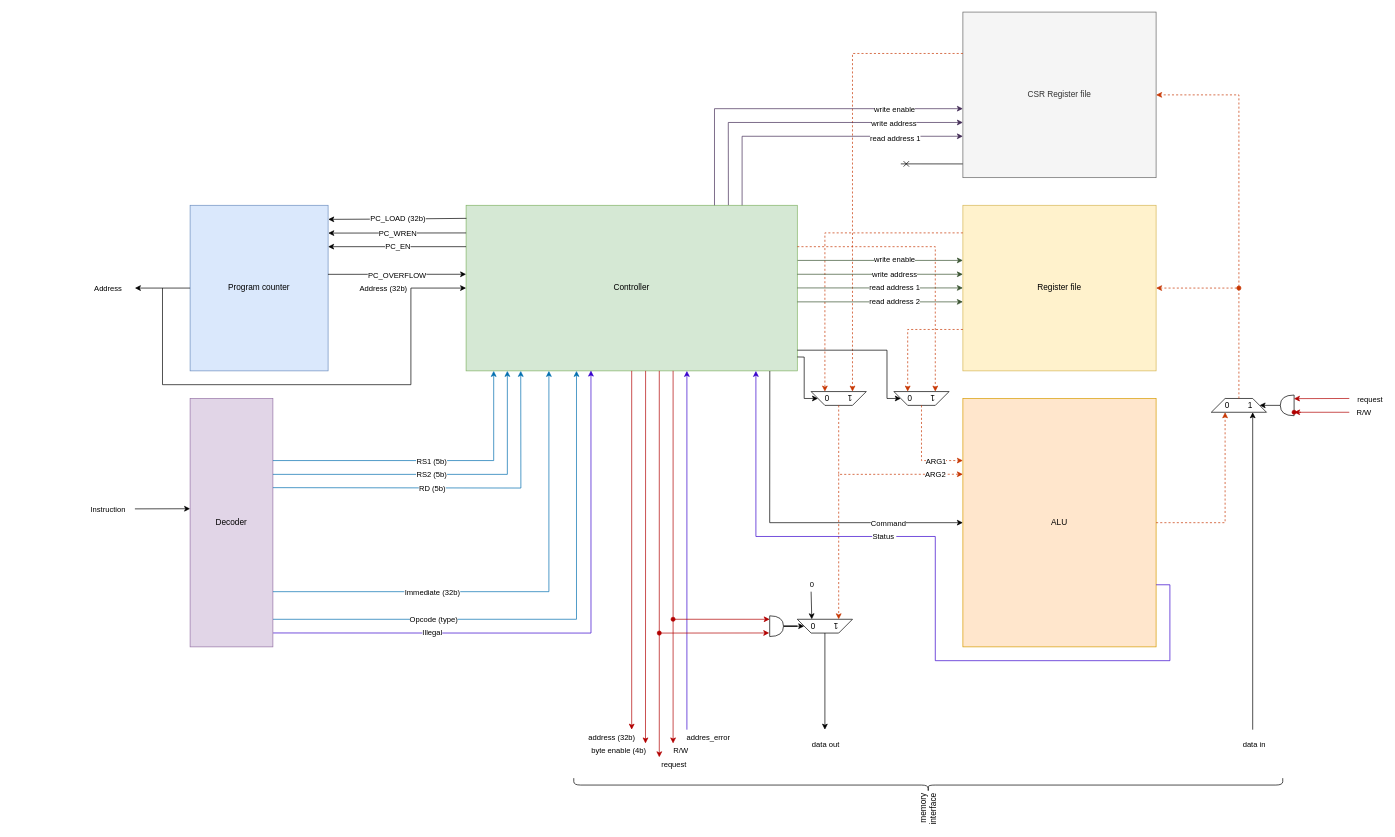
The draw.io diagram core.drawio in lheywang/RV32, before the edit. Source tidied: cells renumbered, new cells numbered last; positions are measured from the earlier drawing's top-left corner, leaving out a move shared by most shapes. Both pictures are drawn from the tidied source at 69%, with x=0, y=0 at pixel (135, 12).
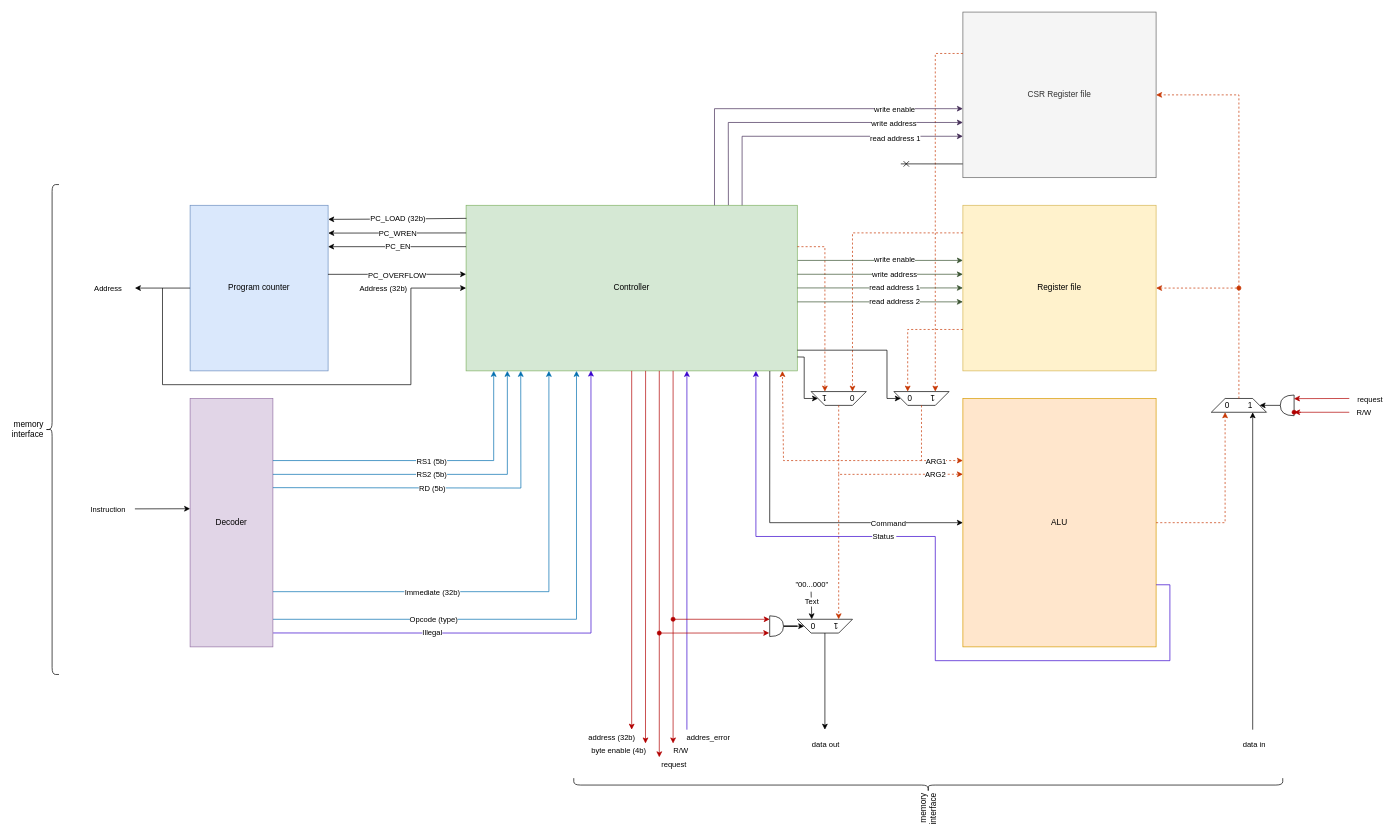
The same diagram, later.

Commit message (it also covers changes not shown here):
Added CSR instructions and started core controller design

The change refers to these unchanged cells:
```xml
<mxCell id="2" value="Controller" style="rounded=0;whiteSpace=wrap;html=1;fillColor=#d5e8d4;strokeColor=#82b366;" parent="1" vertex="1">
  <mxGeometry x="480" y="280" width="480" height="240" as="geometry" />
</mxCell>
<mxCell id="5" value="CSR Register file" style="rounded=0;whiteSpace=wrap;html=1;fillColor=#f5f5f5;fontColor=#333333;strokeColor=#666666;" parent="1" vertex="1">
  <mxGeometry x="1200" width="280" height="240" as="geometry" />
</mxCell>
<mxCell id="45" value="1&amp;nbsp; &amp;nbsp; &amp;nbsp; &amp;nbsp; 0" style="shape=trapezoid;perimeter=trapezoidPerimeter;whiteSpace=wrap;html=1;fixedSize=1;rotation=-180;" parent="1" vertex="1">
  <mxGeometry x="1100" y="550" width="80" height="20" as="geometry" />
</mxCell>
<mxCell id="66" style="endArrow=classic;html=1;rounded=0;" parent="1" edge="1">
  <mxGeometry relative="1" as="geometry">
    <mxPoint x="980" y="840" as="sourcePoint" />
    <mxPoint x="981" y="880" as="targetPoint" />
  </mxGeometry>
</mxCell>
```

Change to the diagram source:
```diff
@@
-    <mxCell id="44" value="1&amp;nbsp; &amp;nbsp; &amp;nbsp; &amp;nbsp; 0" style="shape=trapezoid;perimeter=trapezoidPerimeter;whiteSpace=wrap;html=1;fixedSize=1;rotation=-180;textDirection=ltr;flipV=0;flipH=1;" parent="1" vertex="1">
+    <mxCell id="44" value="0&amp;nbsp; &amp;nbsp; &amp;nbsp; &amp;nbsp; &amp;nbsp; 1" style="shape=trapezoid;perimeter=trapezoidPerimeter;whiteSpace=wrap;html=1;fixedSize=1;rotation=-180;textDirection=ltr;flipV=0;flipH=1;" parent="1" vertex="1">
       <mxGeometry x="980" y="550" width="80" height="20" as="geometry" />
     </mxCell>
@@
-    <mxCell id="50" style="endArrow=classic;html=1;rounded=0;entryX=0.75;entryY=1;entryDx=0;entryDy=0;fillColor=#fa6800;strokeColor=#C73500;dashed=1;" parent="1" edge="1" target="44">
+    <mxCell id="50" style="endArrow=classic;html=1;rounded=0;entryX=0.25;entryY=1;entryDx=0;entryDy=0;fillColor=#fa6800;strokeColor=#C73500;dashed=1;" parent="1" edge="1" target="44">
       <mxGeometry relative="1" as="geometry">
         <mxPoint x="1200" y="320" as="sourcePoint" />
         <Array as="points">
-          <mxPoint x="1000" y="320" />
+          <mxPoint x="1040" y="320" />
         </Array>
       </mxGeometry>
     </mxCell>
@@
-    <mxCell id="52" style="endArrow=classic;html=1;rounded=0;exitX=1;exitY=0.25;exitDx=0;exitDy=0;entryX=0.25;entryY=1;entryDx=0;entryDy=0;fillColor=#fa6800;strokeColor=#C73500;dashed=1;" parent="1" edge="1" source="2" target="45">
+    <mxCell id="52" style="endArrow=classic;html=1;rounded=0;exitX=1;exitY=0.25;exitDx=0;exitDy=0;fillColor=#fa6800;strokeColor=#C73500;dashed=1;" parent="1" edge="1" source="2">
       <mxGeometry relative="1" as="geometry">
+        <mxPoint x="1000" y="550" as="targetPoint" />
         <Array as="points">
-          <mxPoint x="1160" y="340" />
-          <mxPoint x="1160" y="470" />
+          <mxPoint x="1000" y="340" />
         </Array>
       </mxGeometry>
     </mxCell>
-    <mxCell id="53" style="endArrow=classic;html=1;rounded=0;exitX=0;exitY=0.25;exitDx=0;exitDy=0;entryX=0.25;entryY=1;entryDx=0;entryDy=0;fillColor=#fa6800;strokeColor=#C73500;dashed=1;" parent="1" edge="1" source="5" target="44">
+    <mxCell id="53" style="endArrow=classic;html=1;rounded=0;exitX=0;exitY=0.25;exitDx=0;exitDy=0;entryX=0.25;entryY=1;entryDx=0;entryDy=0;fillColor=#fa6800;strokeColor=#C73500;dashed=1;" parent="1" edge="1" source="5" target="45">
       <mxGeometry relative="1" as="geometry">
         <Array as="points">
-          <mxPoint x="1040" y="60" />
+          <mxPoint x="1160" y="60" />
         </Array>
       </mxGeometry>
     </mxCell>
@@
-    <mxCell id="67" value="0" style="edgeLabel;html=1;align=center;verticalAlign=middle;" parent="66" vertex="1">
+    <mxCell id="67" value="&quot;00...000&quot;" style="edgeLabel;html=1;align=center;verticalAlign=middle;" parent="66" vertex="1">
       <mxGeometry x="-0.55" y="1" relative="1" as="geometry">
         <mxPoint x="-1" y="-20" as="offset" />
       </mxGeometry>
     </mxCell>
+    <mxCell id="99" value="Text" style="edgeLabel;html=1;align=center;verticalAlign=middle;" parent="66" vertex="1">
+      <mxGeometry x="-0.27" relative="1" as="geometry" />
+    </mxCell>
@@
+    <mxCell id="100" style="endArrow=classic;html=1;rounded=0;entryX=0.955;entryY=1.001;entryDx=0;entryDy=0;entryPerimeter=0;fillColor=#fa6800;strokeColor=#C73500;dashed=1;" parent="1" edge="1" target="2">
+      <mxGeometry relative="1" as="geometry">
+        <mxPoint x="1140" y="650" as="sourcePoint" />
+        <Array as="points">
+          <mxPoint x="940" y="650" />
+        </Array>
+      </mxGeometry>
+    </mxCell>
+    <mxCell id="101" value="memory interface" style="shape=curlyBracket;whiteSpace=wrap;html=1;rounded=1;labelPosition=left;verticalLabelPosition=middle;align=right;verticalAlign=middle;rotation=0;horizontal=1;direction=east;" parent="1" vertex="1">
+      <mxGeometry x="-130" y="250" width="20" height="710" as="geometry" />
+    </mxCell>
```
